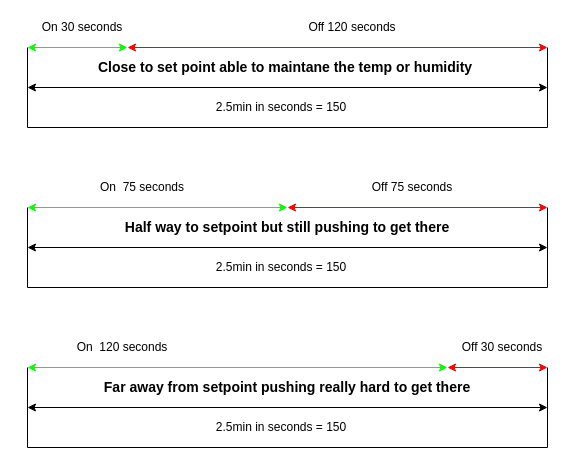
Above: media/timeperiod.drawio in jonathanw82/Hvac_controlReadme (draw.io), before the change. Source tidied: cells renumbered, new cells numbered last; positions are measured from the earlier drawing's top-left corner, leaving out a move shared by most shapes. Both pictures are drawn from the tidied source at 100%, with x=0, y=0 at pixel (17, 17).
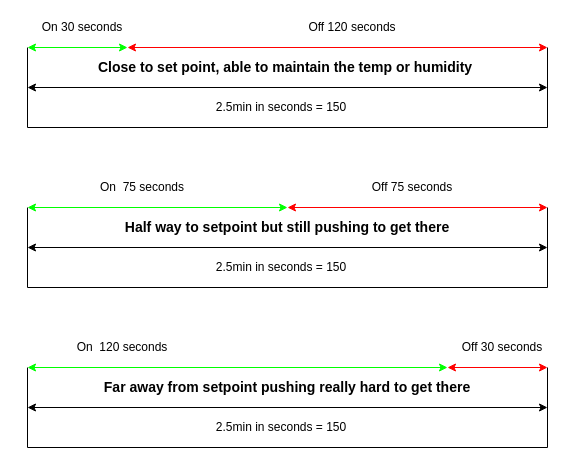
Above is the later version.

Commit message (it also covers changes not shown here):
corre3ct spelling on timeperiod diagram

What changed in the source:
```diff
@@
-    <mxCell id="29" value="Close to set point able to maintane the temp or humidity&amp;nbsp;" style="text;html=1;strokeColor=none;fillColor=none;align=center;verticalAlign=middle;whiteSpace=wrap;rounded=0;fontStyle=1;fontSize=14;" parent="1" vertex="1">
+    <mxCell id="29" value="Close to set point, able to maintain the temp or humidity&amp;nbsp;" style="text;html=1;strokeColor=none;fillColor=none;align=center;verticalAlign=middle;whiteSpace=wrap;rounded=0;fontStyle=1;fontSize=14;" parent="1" vertex="1">
       <mxGeometry y="40" width="540" height="20" as="geometry" />
     </mxCell>
```
